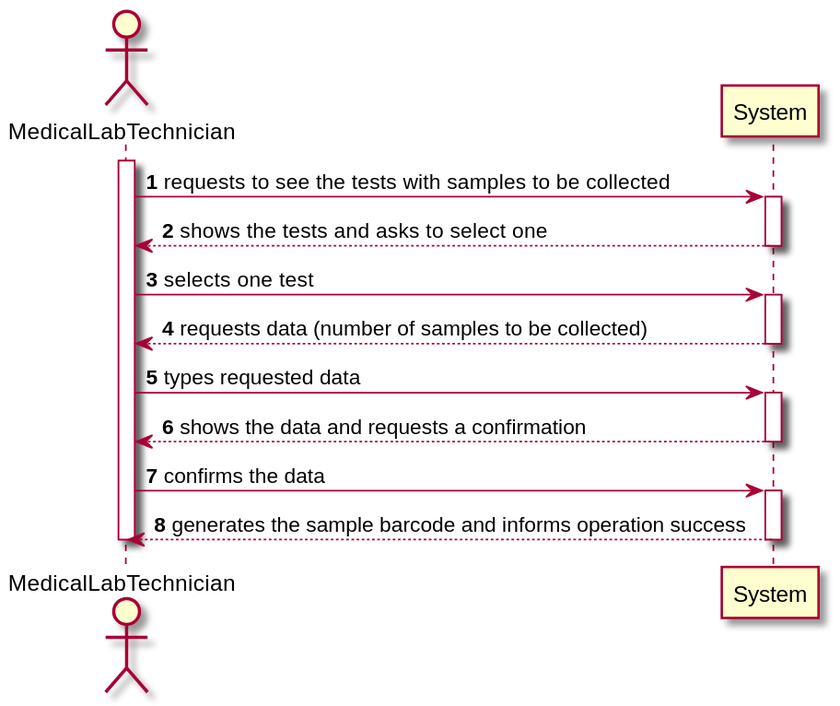
Above: docs/SprintC/US05/US05-SSD.svg in 0franciscor/lei-21-s2-1de-g19 (PlantUML), before the change.
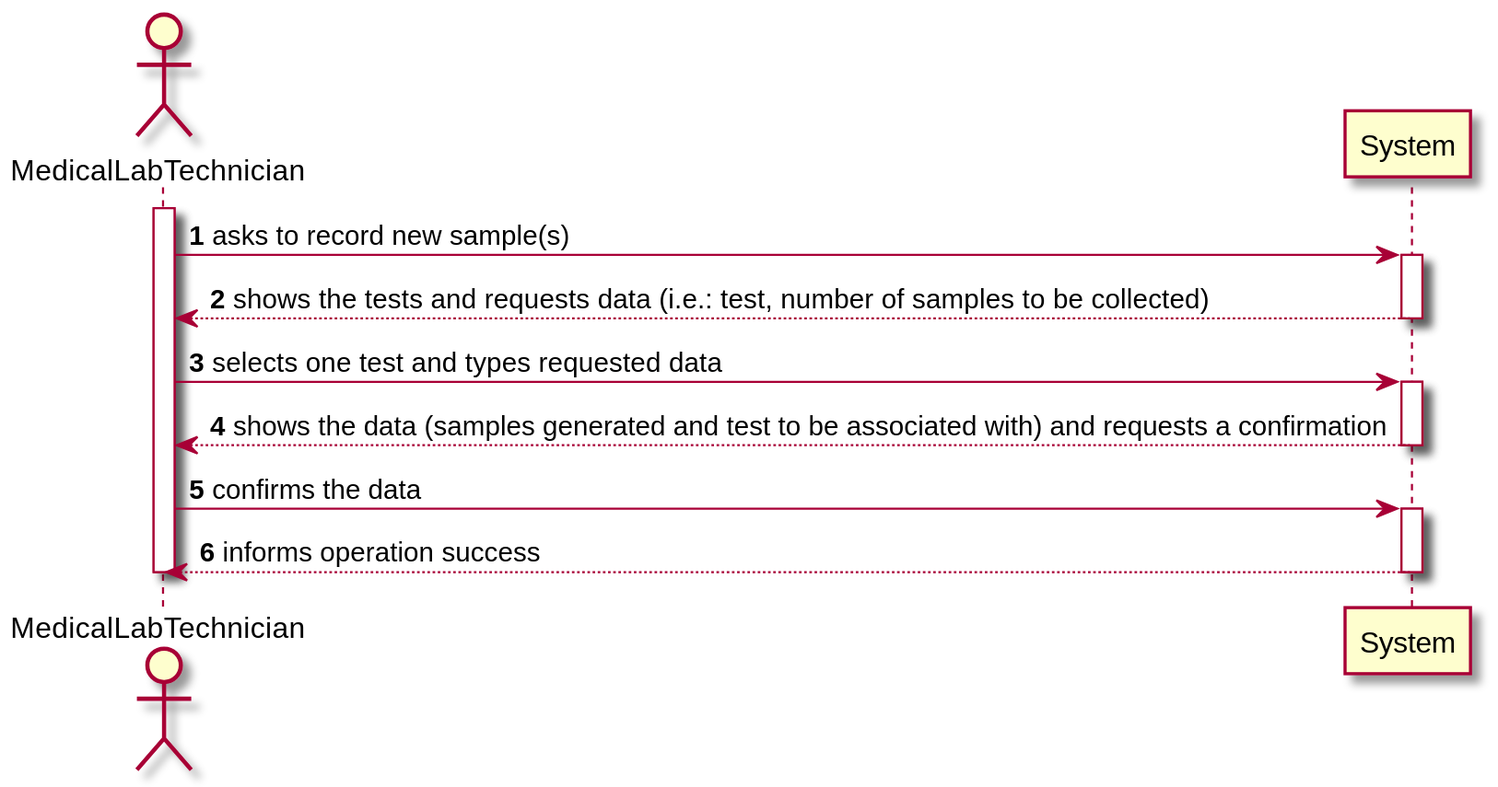
The same file after the commit.

Commit message:
[US05] - alterações no SSD

What changed in the source:
```diff
@@ -5,14 +5,12 @@
 actor MedicalLabTechnician as MLT
 
 activate MLT
-MLT -> System ++: requests to see the tests with samples to be collected
-System --> MLT --: shows the tests and asks to select one
-MLT -> System ++: selects one test
-System --> MLT --: requests data (number of samples to be collected)
-MLT -> System ++: types requested data
-System --> MLT --: shows the data and requests a confirmation
+MLT -> System ++: asks to record new sample(s)
+System --> MLT --: shows the tests and requests data (i.e.: test, number of samples to be collected)
+MLT -> System ++: selects one test and types requested data
+System --> MLT --: shows the data (samples generated and test to be associated with) and requests a confirmation
 MLT -> System ++: confirms the data
-System --> MLT --: generates the sample barcode and informs operation success
+System --> MLT --: informs operation success
+deactivate MLT
 
-deactivate MLT
 @enduml
```
